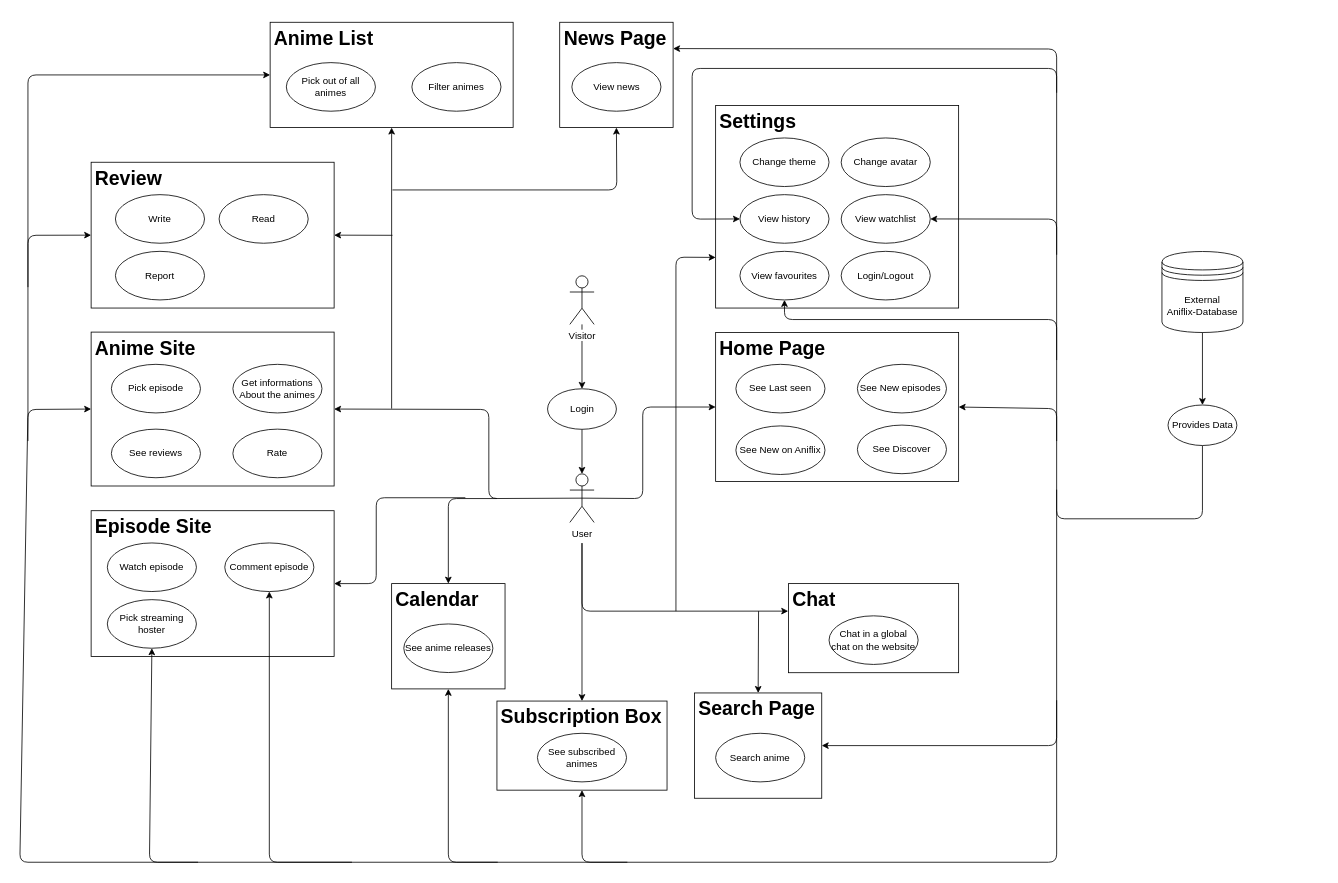
Before: docs/UCD_Main.drawio in jdk-21/Aniflix-App, a draw.io diagram. Source tidied: cells renumbered, new cells numbered last; positions are measured from the earlier drawing's top-left corner, leaving out a move shared by most shapes. Both pictures are drawn from the tidied source at 81%, with x=0, y=0 at pixel (19, 22).
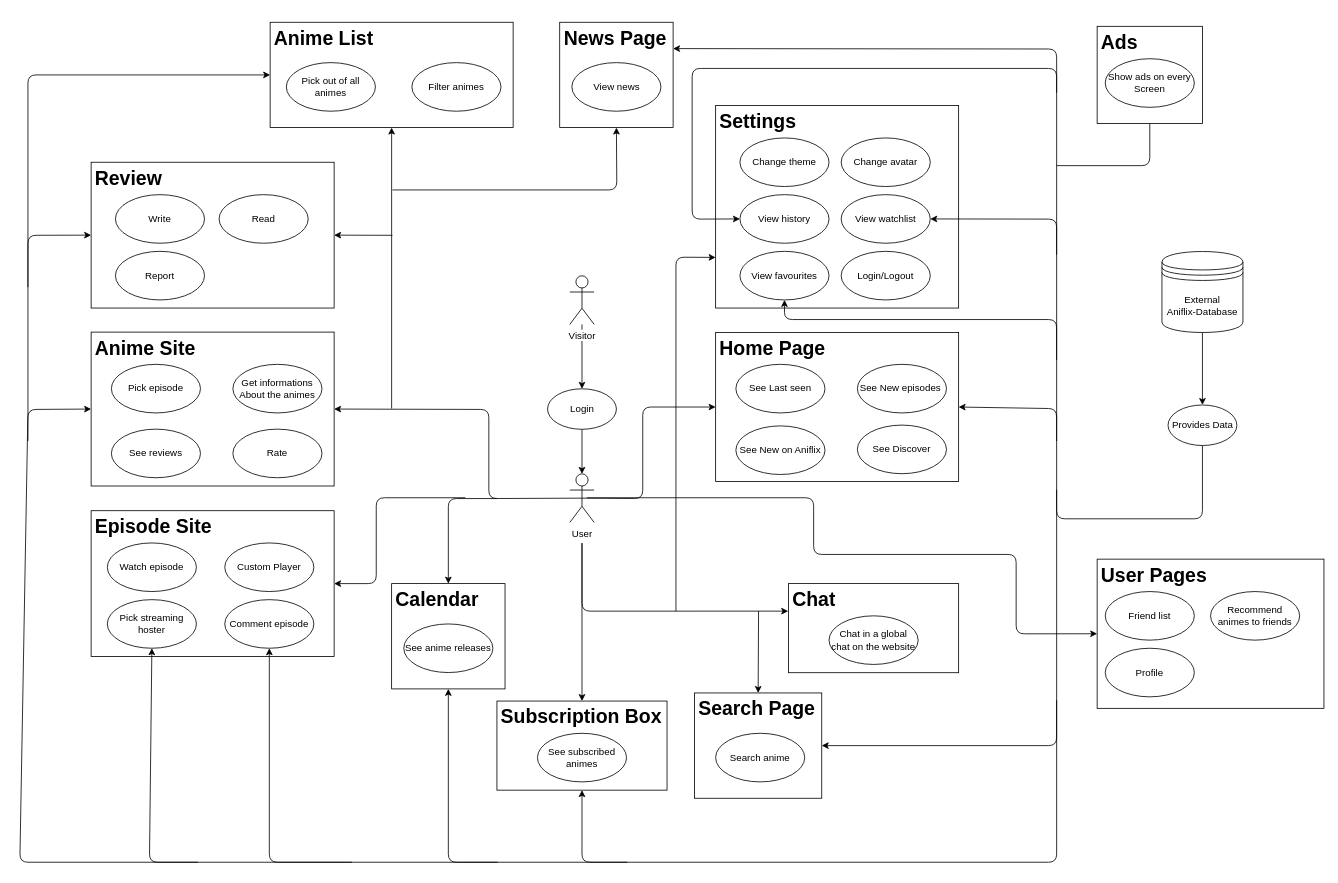
The same page after the edit.

Diff of the diagram source:
```diff
@@
     <mxCell id="34" value="Comment episode" style="ellipse;whiteSpace=wrap;html=1;strokeColor=#000000;" parent="1" vertex="1">
-      <mxGeometry x="253" y="642.8" width="110" height="60" as="geometry" />
+      <mxGeometry x="253" y="712.8" width="110" height="60" as="geometry" />
     </mxCell>
@@
+    <mxCell id="72" value="&lt;h1&gt;User Pages&lt;/h1&gt;" style="text;html=1;strokeColor=#000000;fillColor=none;spacing=5;spacingTop=-20;whiteSpace=wrap;overflow=hidden;rounded=0;" parent="1" vertex="1">
+      <mxGeometry x="1330" y="662.8" width="280" height="184.2" as="geometry" />
+    </mxCell>
+    <mxCell id="73" value="Friend list" style="ellipse;whiteSpace=wrap;html=1;strokeColor=#000000;" parent="1" vertex="1">
+      <mxGeometry x="1340" y="702.8" width="110" height="60" as="geometry" />
+    </mxCell>
+    <mxCell id="74" value="Recommend animes to friends" style="ellipse;whiteSpace=wrap;html=1;strokeColor=#000000;" parent="1" vertex="1">
+      <mxGeometry x="1470" y="702.8" width="110" height="60" as="geometry" />
+    </mxCell>
+    <mxCell id="75" value="Profile" style="ellipse;whiteSpace=wrap;html=1;strokeColor=#000000;" parent="1" vertex="1">
+      <mxGeometry x="1340" y="772.8" width="110" height="60" as="geometry" />
+    </mxCell>
+    <mxCell id="76" style="endArrow=classic;html=1;entryX=0;entryY=0.5;entryDx=0;entryDy=0;" parent="1" edge="1" target="72">
+      <mxGeometry relative="1" as="geometry">
+        <mxPoint x="700" y="587" as="sourcePoint" />
+        <Array as="points">
+          <mxPoint x="980" y="587" />
+          <mxPoint x="980" y="657" />
+          <mxPoint x="1230" y="657" />
+          <mxPoint x="1230" y="755" />
+        </Array>
+      </mxGeometry>
+    </mxCell>
+    <mxCell id="77" value="&lt;h1&gt;Ads&lt;/h1&gt;" style="text;html=1;strokeColor=#000000;fillColor=none;spacing=5;spacingTop=-20;whiteSpace=wrap;overflow=hidden;rounded=0;" parent="1" vertex="1">
+      <mxGeometry x="1330" y="5" width="130" height="120" as="geometry" />
+    </mxCell>
+    <mxCell id="78" value="Show ads on every Screen" style="ellipse;whiteSpace=wrap;html=1;strokeColor=#000000;" parent="1" vertex="1">
+      <mxGeometry x="1340" y="45" width="110" height="60" as="geometry" />
+    </mxCell>
+    <mxCell id="79" style="endArrow=none;html=1;entryX=0.5;entryY=1;entryDx=0;entryDy=0;" parent="1" edge="1" target="77">
+      <mxGeometry relative="1" as="geometry">
+        <mxPoint x="1280" y="177" as="sourcePoint" />
+        <Array as="points">
+          <mxPoint x="1395" y="177" />
+        </Array>
+      </mxGeometry>
+    </mxCell>
+    <mxCell id="80" value="Custom Player" style="ellipse;whiteSpace=wrap;html=1;strokeColor=#000000;" parent="1" vertex="1">
+      <mxGeometry x="253" y="642.8" width="110" height="60" as="geometry" />
+    </mxCell>
```
